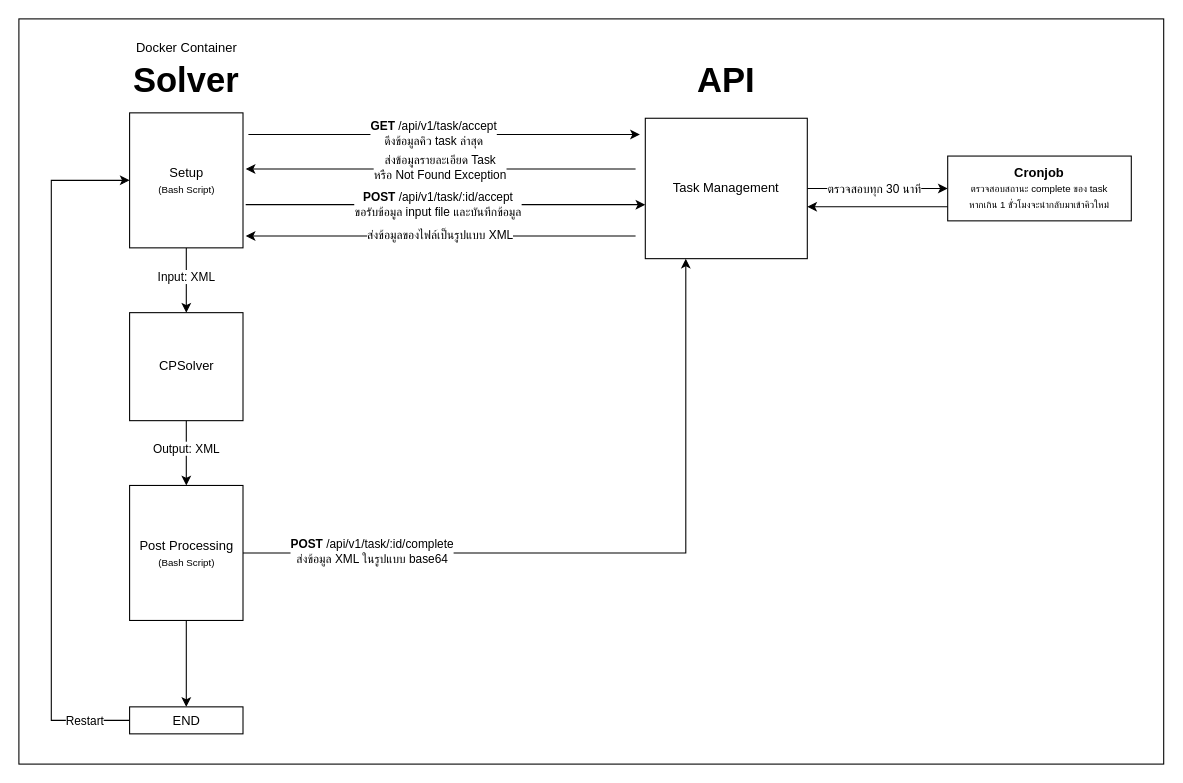
Earlier version of the draw.io diagram diagram.drawio (AomDEV/unitime-solver). Source tidied: cells renumbered, new cells numbered last; positions are measured from the earlier drawing's top-left corner, leaving out a move shared by most shapes. Both pictures are drawn from the tidied source at 108%, with x=0, y=0 at pixel (18, 18).
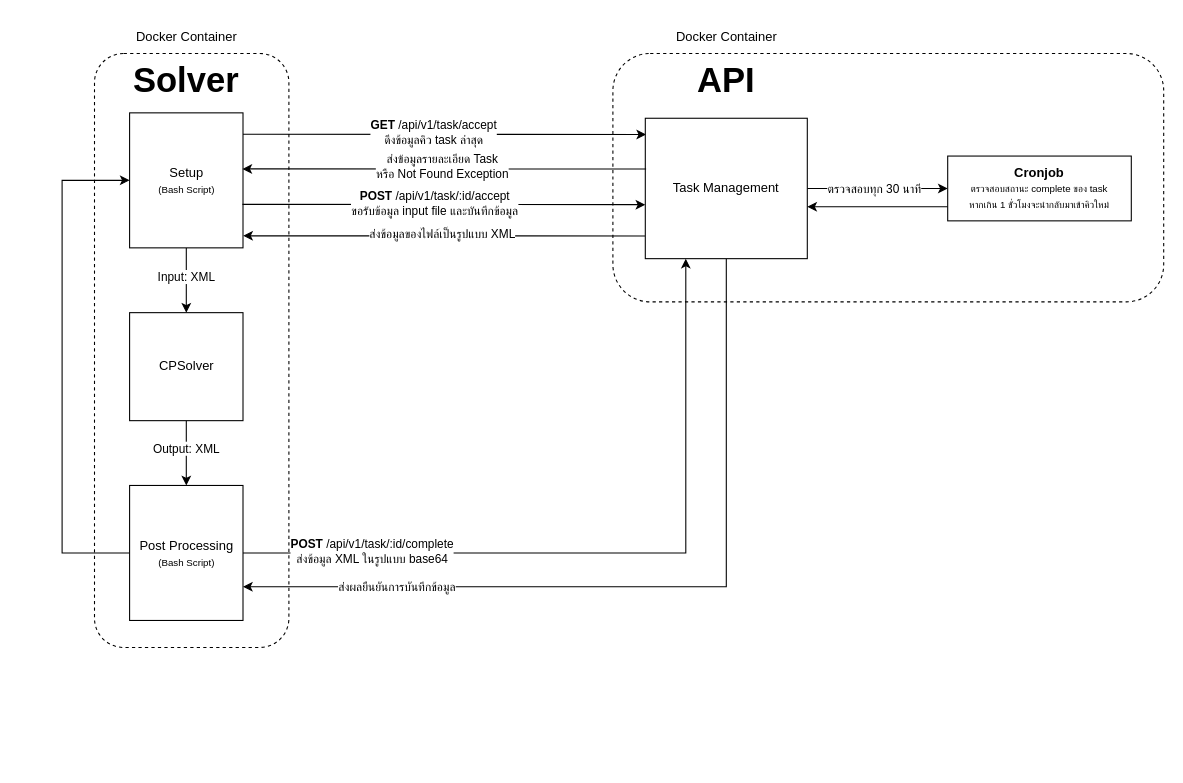
The same diagram, later.

Unchanged cells that the change refers to:
```xml
<mxCell id="9" value="Setup&lt;br&gt;&lt;font style=&quot;font-size: 9px;&quot;&gt;(Bash Script)&lt;/font&gt;" style="text;html=1;strokeColor=default;fillColor=default;align=center;verticalAlign=middle;whiteSpace=wrap;rounded=0;" parent="1" vertex="1">
  <mxGeometry x="102.5" y="87" width="105" height="125" as="geometry" />
</mxCell>
<mxCell id="12" value="Task Management" style="text;html=1;align=center;verticalAlign=middle;whiteSpace=wrap;rounded=0;fillColor=default;strokeColor=default;" parent="1" vertex="1">
  <mxGeometry x="580" y="92" width="150" height="130" as="geometry" />
</mxCell>
<mxCell id="25" value="Post Processing&lt;br&gt;&lt;font style=&quot;font-size: 9px;&quot;&gt;(Bash Script)&lt;/font&gt;" style="text;html=1;strokeColor=default;fillColor=default;align=center;verticalAlign=middle;whiteSpace=wrap;rounded=0;" parent="1" vertex="1">
  <mxGeometry x="102.5" y="432" width="105" height="125" as="geometry" />
</mxCell>
```

What changed in the source:
```diff
@@
-    <mxCell id="2" style="rounded=0;whiteSpace=wrap;html=1;fillColor=none;" parent="1" vertex="1">
-      <mxGeometry width="1060" height="690" as="geometry" />
-    </mxCell>
+    <mxCell id="32" style="rounded=1;whiteSpace=wrap;html=1;fillColor=none;dashed=1;" parent="1" vertex="1">
+      <mxGeometry x="70" y="32" width="180" height="550" as="geometry" />
+    </mxCell>
@@
-    <mxCell id="5" style="edgeStyle=orthogonalEdgeStyle;rounded=0;orthogonalLoop=1;jettySize=auto;html=1;exitX=1;exitY=0.5;exitDx=0;exitDy=0;" parent="1" edge="1">
-      <mxGeometry relative="1" as="geometry">
-        <mxPoint x="212.5" y="107" as="sourcePoint" />
-        <mxPoint x="575" y="107" as="targetPoint" />
-      </mxGeometry>
+    <mxCell id="5" style="edgeStyle=orthogonalEdgeStyle;rounded=0;jettySize=auto;html=1;exitX=0.993;exitY=0.159;exitDx=0;exitDy=0;exitPerimeter=0;entryX=0.005;entryY=0.116;entryDx=0;entryDy=0;entryPerimeter=0;" parent="1" edge="1" source="9" target="12">
+      <mxGeometry relative="1" as="geometry" />
     </mxCell>
@@
+    <mxCell id="33" style="edgeStyle=orthogonalEdgeStyle;rounded=0;jettySize=auto;html=1;exitX=0.5;exitY=1;exitDx=0;exitDy=0;entryX=1;entryY=0.75;entryDx=0;entryDy=0;" parent="1" edge="1" source="12" target="25">
+      <mxGeometry relative="1" as="geometry" />
+    </mxCell>
+    <mxCell id="34" value="ส่งผลยืนยันการบันทึกข้อมูล" style="edgeLabel;html=1;align=center;verticalAlign=middle;" parent="33" vertex="1">
+      <mxGeometry x="0.62" relative="1" as="geometry" />
+    </mxCell>
@@
-    <mxCell id="13" style="endArrow=classic;html=1;rounded=0;" parent="1" edge="1">
-      <mxGeometry relative="1" as="geometry">
-        <mxPoint x="571" y="139" as="sourcePoint" />
-        <mxPoint x="210" y="139" as="targetPoint" />
-      </mxGeometry>
+    <mxCell id="13" style="endArrow=classic;html=1;rounded=0;entryX=0.995;entryY=0.415;entryDx=0;entryDy=0;entryPerimeter=0;exitX=0.005;exitY=0.361;exitDx=0;exitDy=0;exitPerimeter=0;" parent="1" edge="1" source="12" target="9">
+      <mxGeometry relative="1" as="geometry" />
     </mxCell>
@@
-    <mxCell id="15" style="endArrow=classic;html=1;rounded=0;" parent="1" edge="1">
+    <mxCell id="15" style="endArrow=classic;html=1;rounded=0;exitX=0.995;exitY=0.678;exitDx=0;exitDy=0;exitPerimeter=0;" parent="1" edge="1" source="9">
       <mxGeometry relative="1" as="geometry">
-        <mxPoint x="210" y="172" as="sourcePoint" />
         <mxPoint x="580" y="172" as="targetPoint" />
       </mxGeometry>
     </mxCell>
@@
-    <mxCell id="20" style="endArrow=classic;html=1;rounded=0;" parent="1" edge="1">
-      <mxGeometry relative="1" as="geometry">
-        <mxPoint x="571" y="201" as="sourcePoint" />
-        <mxPoint x="210" y="201" as="targetPoint" />
-      </mxGeometry>
+    <mxCell id="20" style="endArrow=classic;html=1;rounded=0;entryX=1.002;entryY=0.911;entryDx=0;entryDy=0;entryPerimeter=0;exitX=-0.002;exitY=0.838;exitDx=0;exitDy=0;exitPerimeter=0;" parent="1" edge="1" source="12" target="9">
+      <mxGeometry relative="1" as="geometry" />
     </mxCell>
@@
-    <mxCell id="24" style="edgeStyle=orthogonalEdgeStyle;rounded=0;jettySize=auto;html=1;" parent="1" edge="1" source="25" target="28">
-      <mxGeometry relative="1" as="geometry" />
-    </mxCell>
+    <mxCell id="35" style="edgeStyle=orthogonalEdgeStyle;rounded=0;jettySize=auto;html=1;exitX=0;exitY=0.5;exitDx=0;exitDy=0;entryX=0;entryY=0.5;entryDx=0;entryDy=0;" parent="1" edge="1" source="25" target="9">
+      <mxGeometry relative="1" as="geometry">
+        <Array as="points">
+          <mxPoint x="40" y="495" />
+          <mxPoint x="40" y="150" />
+        </Array>
+      </mxGeometry>
+    </mxCell>
@@
-    <mxCell id="26" style="edgeStyle=orthogonalEdgeStyle;rounded=0;jettySize=auto;html=1;exitX=0;exitY=0.5;exitDx=0;exitDy=0;entryX=0;entryY=0.5;entryDx=0;entryDy=0;" parent="1" edge="1" source="28" target="9">
-      <mxGeometry relative="1" as="geometry">
-        <Array as="points">
-          <mxPoint x="30" y="650" />
-          <mxPoint x="30" y="150" />
-        </Array>
-      </mxGeometry>
-    </mxCell>
-    <mxCell id="27" value="Restart" style="edgeLabel;html=1;align=center;verticalAlign=middle;" parent="26" vertex="1">
-      <mxGeometry x="-0.87" relative="1" as="geometry" />
-    </mxCell>
-    <mxCell id="28" value="END" style="text;html=1;strokeColor=default;fillColor=default;align=center;verticalAlign=middle;whiteSpace=wrap;rounded=0;" parent="1" vertex="1">
-      <mxGeometry x="102.5" y="637" width="105" height="25" as="geometry" />
-    </mxCell>
@@
     <mxCell id="31" value="Docker Container" style="text;html=1;strokeColor=none;fillColor=none;align=center;verticalAlign=middle;whiteSpace=wrap;rounded=0;" parent="1" vertex="1">
-      <mxGeometry x="102.5" y="12" width="105" height="30" as="geometry" />
+      <mxGeometry x="102.5" y="2" width="105" height="30" as="geometry" />
     </mxCell>
+    <mxCell id="36" style="rounded=1;whiteSpace=wrap;html=1;fillColor=none;dashed=1;" parent="1" vertex="1">
+      <mxGeometry x="550" y="32" width="510" height="230" as="geometry" />
+    </mxCell>
+    <mxCell id="37" value="Docker Container" style="text;html=1;strokeColor=none;fillColor=none;align=center;verticalAlign=middle;whiteSpace=wrap;rounded=0;" parent="1" vertex="1">
+      <mxGeometry x="602.5" y="2" width="105" height="30" as="geometry" />
+    </mxCell>
```
